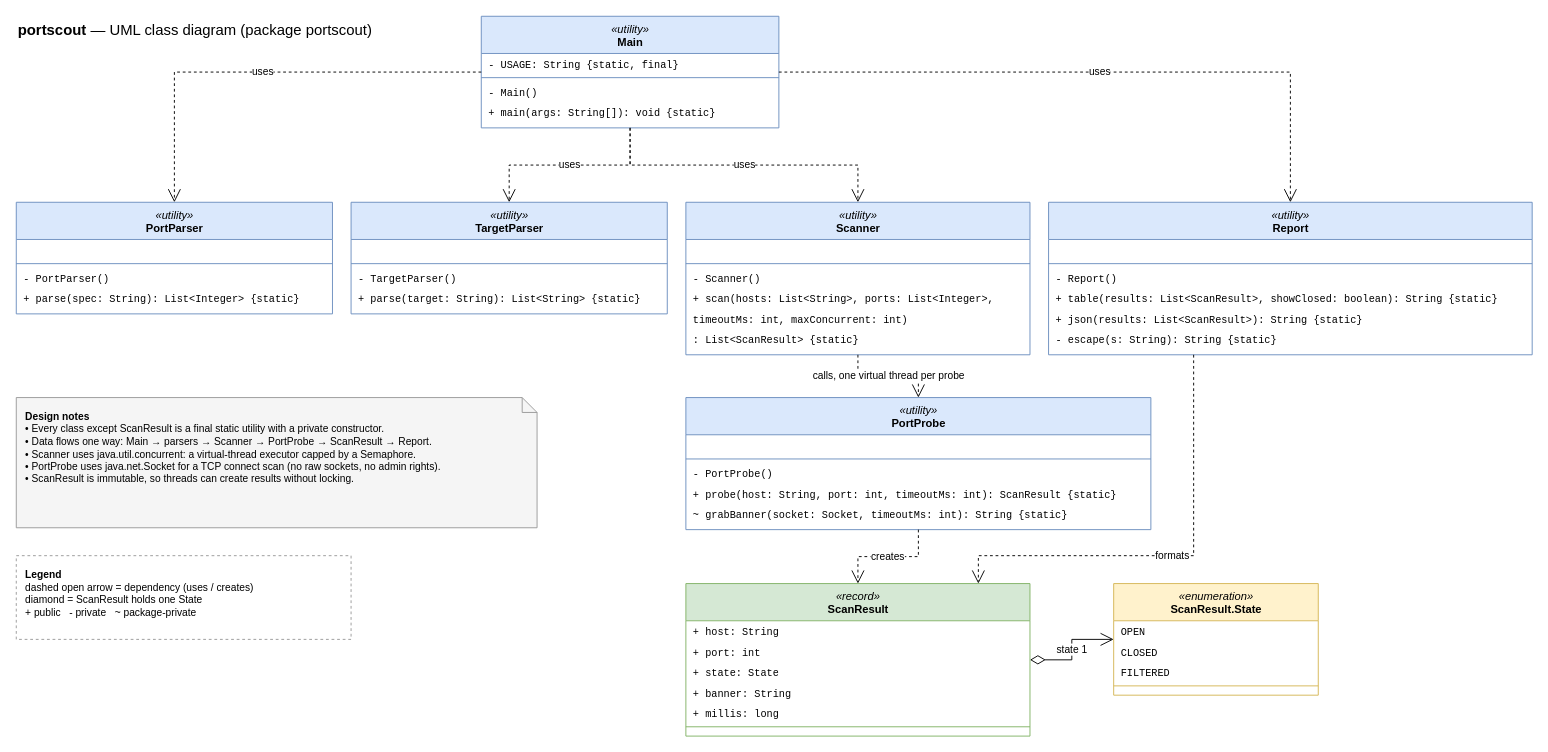
AoceanP/portscout keeps this draw.io diagram as docs/portscout-uml.drawio. Above is the earlier version. Source tidied: cells renumbered, new cells numbered last; positions are measured from the earlier drawing's top-left corner, leaving out a move shared by most shapes. Both pictures are drawn from the tidied source at 93%, with x=0, y=0 at pixel (16, 16).
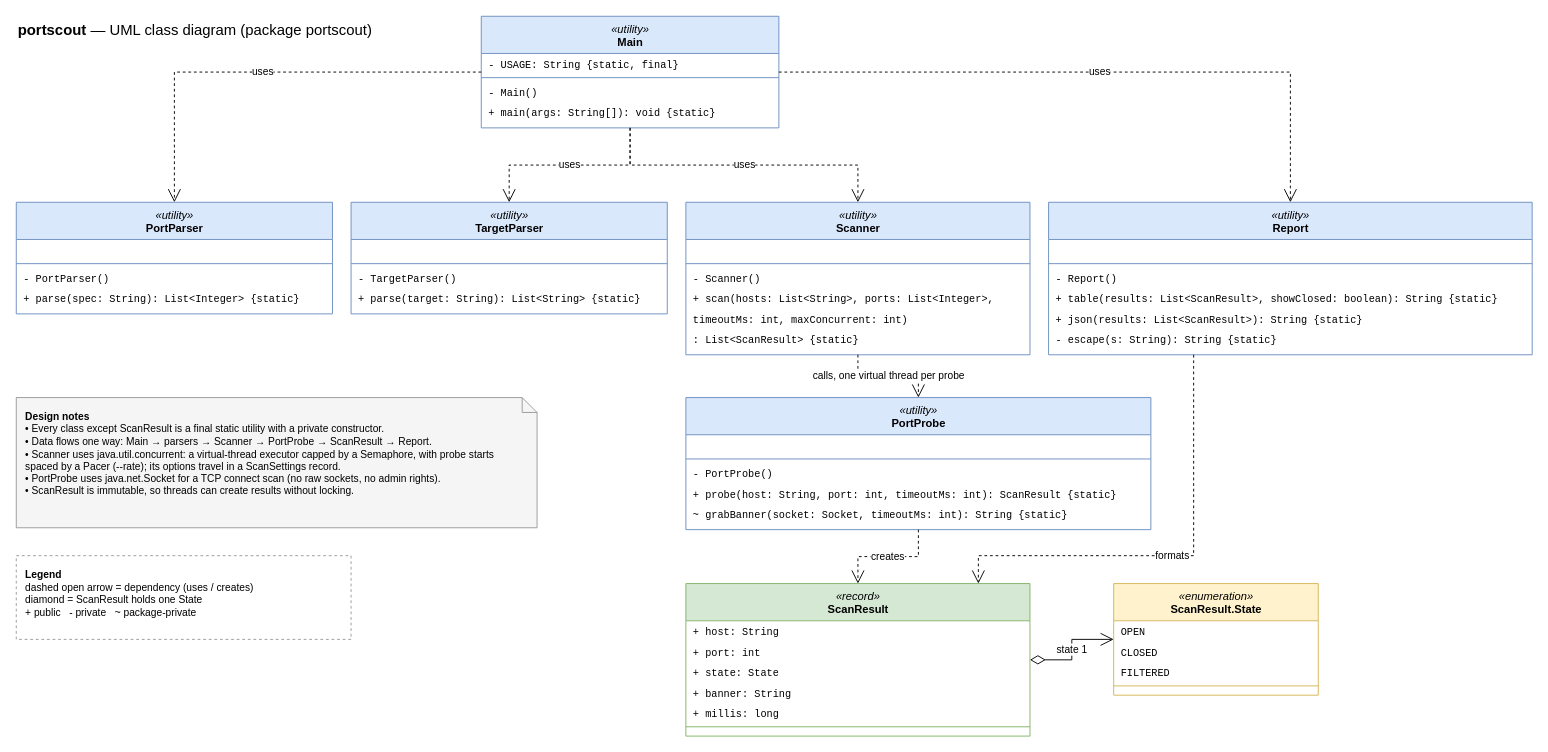
The same diagram, later.

Change to the diagram source:
```diff
@@
-    <mxCell id="57" value="&lt;b&gt;Design notes&lt;/b&gt;&lt;br&gt;&amp;bull; Every class except ScanResult is a final static utility with a private constructor.&lt;br&gt;&amp;bull; Data flows one way: Main &amp;rarr; parsers &amp;rarr; Scanner &amp;rarr; PortProbe &amp;rarr; ScanResult &amp;rarr; Report.&lt;br&gt;&amp;bull; Scanner uses java.util.concurrent: a virtual-thread executor capped by a Semaphore.&lt;br&gt;&amp;bull; PortProbe uses java.net.Socket for a TCP connect scan (no raw sockets, no admin rights).&lt;br&gt;&amp;bull; ScanResult is immutable, so threads can create results without locking." style="shape=note;whiteSpace=wrap;html=1;size=16;align=left;verticalAlign=top;spacing=10;fillColor=#f5f5f5;strokeColor=#999999;fontSize=11;" parent="1" vertex="1">
+    <mxCell id="57" value="&lt;b&gt;Design notes&lt;/b&gt;&lt;br&gt;&amp;bull; Every class except ScanResult is a final static utility with a private constructor.&lt;br&gt;&amp;bull; Data flows one way: Main &amp;rarr; parsers &amp;rarr; Scanner &amp;rarr; PortProbe &amp;rarr; ScanResult &amp;rarr; Report.&lt;br&gt;&amp;bull; Scanner uses java.util.concurrent: a virtual-thread executor capped by a Semaphore, with probe starts spaced by a Pacer (--rate); its options travel in a ScanSettings record.&lt;br&gt;&amp;bull; PortProbe uses java.net.Socket for a TCP connect scan (no raw sockets, no admin rights).&lt;br&gt;&amp;bull; ScanResult is immutable, so threads can create results without locking." style="shape=note;whiteSpace=wrap;html=1;size=16;align=left;verticalAlign=top;spacing=10;fillColor=#f5f5f5;strokeColor=#999999;fontSize=11;" parent="1" vertex="1">
       <mxGeometry y="410" width="560" height="140" as="geometry" />
     </mxCell>
```
